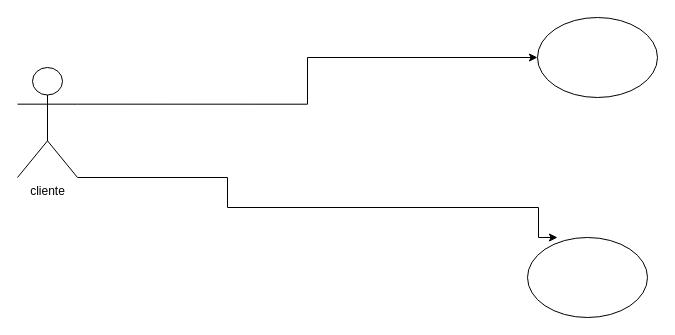
The draw.io diagram page "Página-1" (1 of 5) of Diagrama sem nome.drawio in helio0278/diagramasderequisitos, before the edit. Source tidied: cells renumbered, new cells numbered last; positions are measured from the earlier drawing's top-left corner, leaving out a move shared by most shapes. Both pictures are drawn from the tidied source at 100%, with x=0, y=0 at pixel (17, 17).
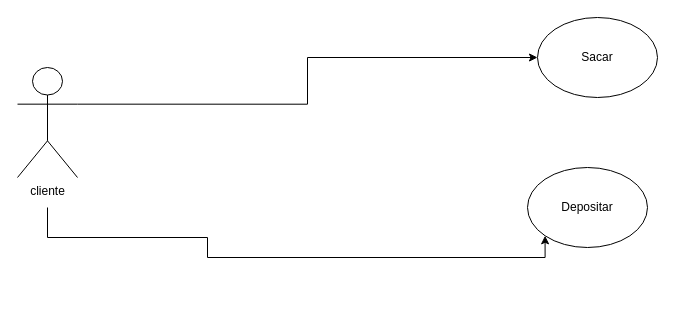
The same page after the edit.

Change to the diagram source:
```diff
@@
 <mxGraphModel>
   <root>
     <mxCell id="0" />
     <mxCell id="1" parent="0" />
-    <mxCell id="2" style="ellipse;whiteSpace=wrap;html=1;" parent="1" vertex="1">
+    <mxCell id="2" value="Sacar" style="ellipse;whiteSpace=wrap;html=1;" parent="1" vertex="1">
       <mxGeometry x="520" width="120" height="80" as="geometry" />
     </mxCell>
-    <mxCell id="3" style="ellipse;whiteSpace=wrap;html=1;" parent="1" vertex="1">
-      <mxGeometry x="510" y="220" width="120" height="80" as="geometry" />
+    <mxCell id="3" value="Depositar" style="ellipse;whiteSpace=wrap;html=1;" parent="1" vertex="1">
+      <mxGeometry x="510" y="150" width="120" height="80" as="geometry" />
     </mxCell>
     <mxCell id="4" style="edgeStyle=orthogonalEdgeStyle;rounded=0;jettySize=auto;html=1;exitX=1;exitY=0.3333333333333333;exitDx=0;exitDy=0;exitPerimeter=0;entryX=0;entryY=0.5;entryDx=0;entryDy=0;" parent="1" edge="1" source="6" target="2">
       <mxGeometry relative="1" as="geometry" />
     </mxCell>
-    <mxCell id="5" style="edgeStyle=orthogonalEdgeStyle;rounded=0;jettySize=auto;html=1;exitX=1;exitY=1;exitDx=0;exitDy=0;exitPerimeter=0;entryX=0.25;entryY=0;entryDx=0;entryDy=0;entryPerimeter=0;" parent="1" edge="1" source="6" target="3">
+    <mxCell id="5" style="edgeStyle=orthogonalEdgeStyle;rounded=0;jettySize=auto;html=1;exitX=1;exitY=1;exitDx=0;exitDy=0;exitPerimeter=0;entryX=0;entryY=1;entryDx=0;entryDy=0;" parent="1" edge="1" target="3">
       <mxGeometry relative="1" as="geometry">
+        <mxPoint x="30" y="190" as="sourcePoint" />
         <Array as="points">
-          <mxPoint x="210" y="190" />
-          <mxPoint x="521" y="190" />
-          <mxPoint x="521" y="220" />
+          <mxPoint x="30" y="220" />
+          <mxPoint x="190" y="220" />
+          <mxPoint x="190" y="240" />
+          <mxPoint x="528" y="240" />
         </Array>
       </mxGeometry>
     </mxCell>
     <mxCell id="6" value="cliente" style="shape=umlActor;verticalLabelPosition=bottom;verticalAlign=top;html=1;outlineConnect=0;" parent="1" vertex="1">
       <mxGeometry y="50" width="60" height="110" as="geometry" />
     </mxCell>
   </root>
 </mxGraphModel>
```
